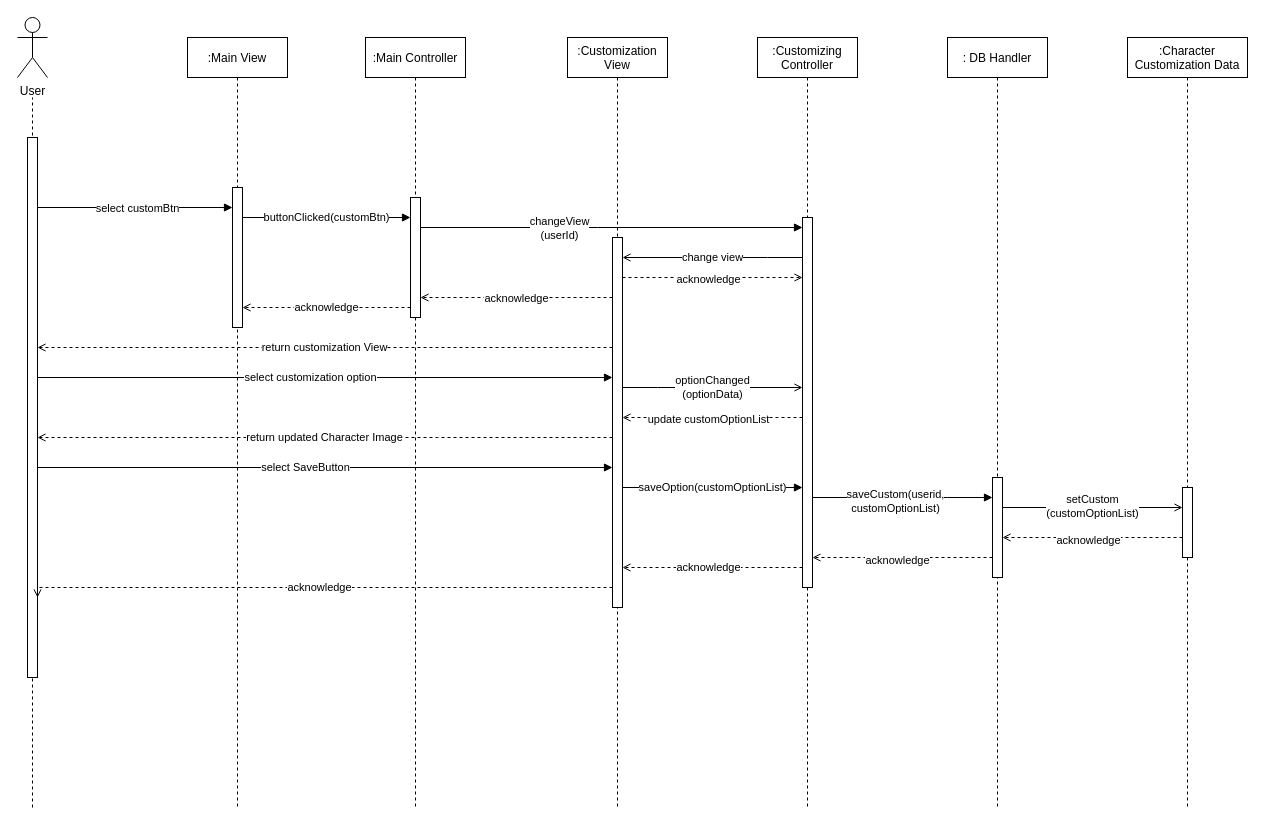
This is SD6.drawio from ONFFLine/Diagram, a draw.io file, before an edit. Source tidied: cells renumbered, new cells numbered last; positions are measured from the earlier drawing's top-left corner, leaving out a move shared by most shapes. Both pictures are drawn from the tidied source at 100%, with x=0, y=0 at pixel (17, 17).
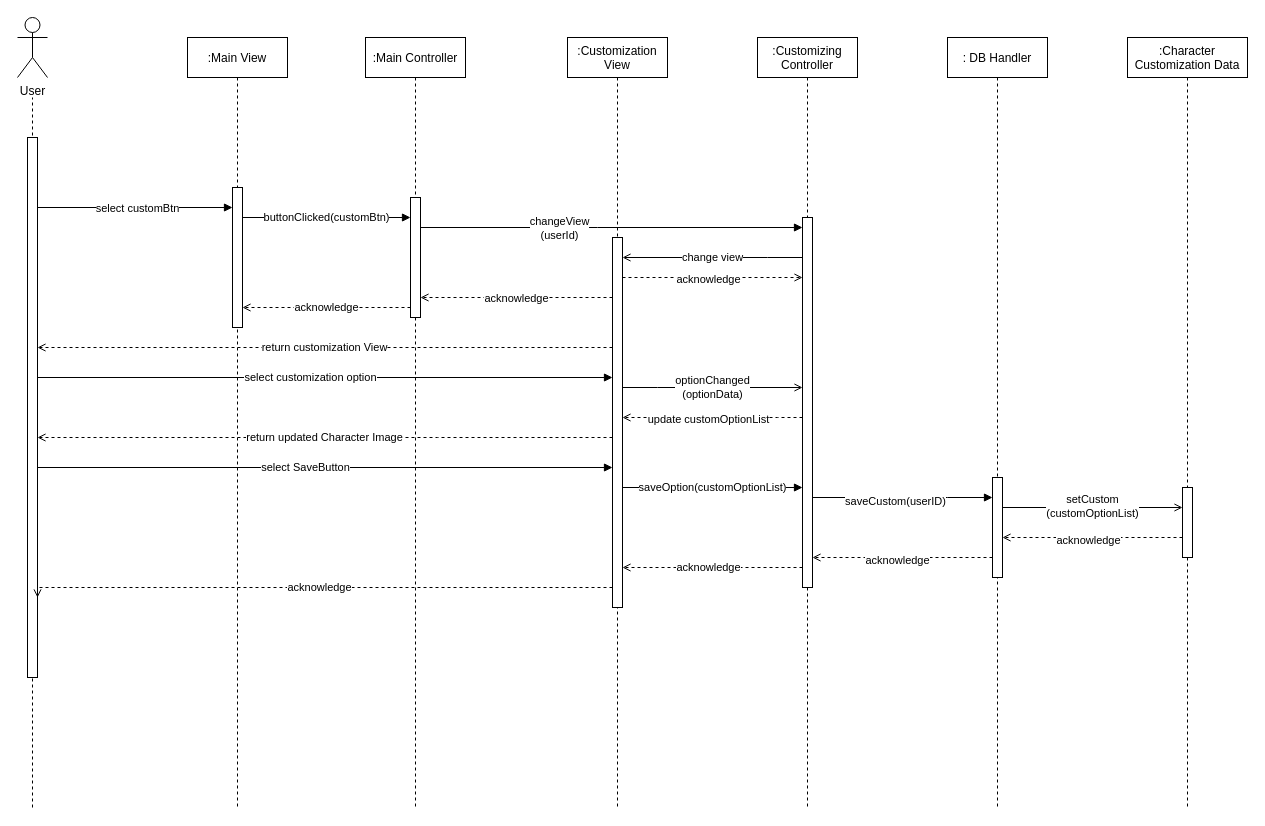
The same page after the edit.

Unchanged cells that the change refers to:
```xml
<mxCell id="39" style="edgeStyle=orthogonalEdgeStyle;rounded=0;jettySize=auto;html=1;endArrow=block;endFill=1;" parent="1" edge="1" source="10" target="38">
  <mxGeometry relative="1" as="geometry">
    <Array as="points">
      <mxPoint x="930" y="480" />
      <mxPoint x="930" y="480" />
    </Array>
  </mxGeometry>
</mxCell>
```

Diff of the diagram source:
```diff
@@
-    <mxCell id="40" value="saveCustom(userid,&lt;br&gt;customOptionList)" style="edgeLabel;html=1;align=center;verticalAlign=middle;" parent="39" vertex="1">
+    <mxCell id="40" value="saveCustom(userID)" style="edgeLabel;html=1;align=center;verticalAlign=middle;" parent="39" vertex="1">
       <mxGeometry x="-0.09" y="-3" relative="1" as="geometry" />
     </mxCell>
```
